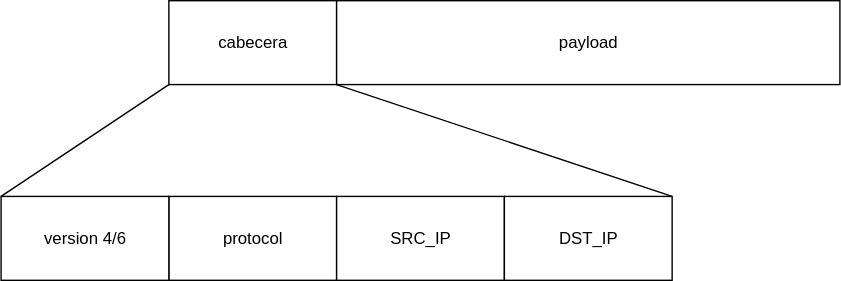
The draw.io diagram DAW/DPL/T01/Assets/Diagrams/Exported/Datagrama_IP.drawio.svg in FJrodafo/University, before a commit. Source tidied: cells renumbered, new cells last; positions are measured from the earlier drawing's top-left corner, leaving out a move shared by most shapes. The source it was exported from:
```xml
<mxGraphModel>
  <root>
    <mxCell id="0" />
    <mxCell id="1" parent="0" />
    <mxCell id="2" style="group;" parent="1" vertex="1">
      <mxGeometry width="600" height="200" as="geometry" />
    </mxCell>
    <mxCell id="3" style="edgeStyle=none;curved=1;rounded=0;jettySize=auto;html=1;exitX=1;exitY=1;exitDx=0;exitDy=0;fontSize=12;startSize=8;endSize=8;entryX=1;entryY=0;entryDx=0;entryDy=0;endArrow=none;endFill=0;" parent="2" edge="1" source="5" target="10">
      <mxGeometry relative="1" as="geometry" />
    </mxCell>
    <mxCell id="4" style="edgeStyle=none;curved=1;rounded=0;jettySize=auto;html=1;exitX=0;exitY=1;exitDx=0;exitDy=0;entryX=0;entryY=0;entryDx=0;entryDy=0;fontSize=12;startSize=8;endSize=8;endArrow=none;endFill=0;" parent="2" edge="1" source="5" target="8">
      <mxGeometry relative="1" as="geometry" />
    </mxCell>
    <mxCell id="5" value="cabecera" style="rounded=0;whiteSpace=wrap;html=1;" parent="2" vertex="1">
      <mxGeometry x="120" width="120" height="60" as="geometry" />
    </mxCell>
    <mxCell id="6" value="payload" style="rounded=0;whiteSpace=wrap;html=1;fontColor=light-dark(#000000,#FFFF00);" parent="2" vertex="1">
      <mxGeometry x="240" width="360" height="60" as="geometry" />
    </mxCell>
    <mxCell id="7" value="protocol" style="rounded=0;whiteSpace=wrap;html=1;fontColor=light-dark(#000000,#FF0000);" parent="2" vertex="1">
      <mxGeometry x="120" y="140" width="120" height="60" as="geometry" />
    </mxCell>
    <mxCell id="8" value="version 4/6" style="rounded=0;whiteSpace=wrap;html=1;fontColor=light-dark(#000000,#00FF00);" parent="2" vertex="1">
      <mxGeometry y="140" width="120" height="60" as="geometry" />
    </mxCell>
    <mxCell id="9" value="SRC_IP" style="rounded=0;whiteSpace=wrap;html=1;fontColor=light-dark(#000000,#00FFFF);" parent="2" vertex="1">
      <mxGeometry x="240" y="140" width="120" height="60" as="geometry" />
    </mxCell>
    <mxCell id="10" value="DST_IP" style="rounded=0;whiteSpace=wrap;html=1;fontColor=light-dark(#000000,#FF00FF);" parent="2" vertex="1">
      <mxGeometry x="360" y="140" width="120" height="60" as="geometry" />
    </mxCell>
  </root>
</mxGraphModel>
```
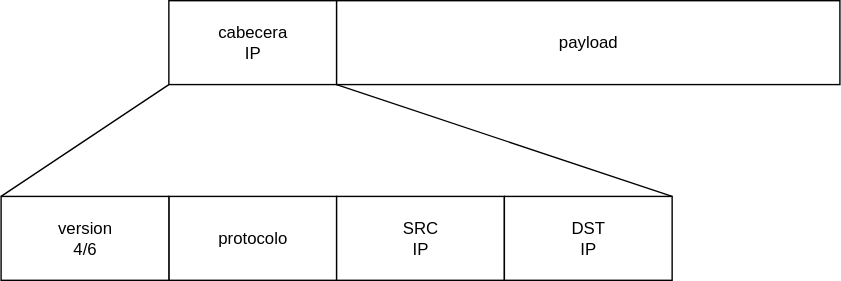
Later version of the same file.

Commit message:
Fix Datagrama IP from DAW/DPL/T01

Change to the diagram source:
```diff
@@ -11,22 +11,22 @@
     <mxCell id="4" style="edgeStyle=none;curved=1;rounded=0;jettySize=auto;html=1;exitX=0;exitY=1;exitDx=0;exitDy=0;entryX=0;entryY=0;entryDx=0;entryDy=0;fontSize=12;startSize=8;endSize=8;endArrow=none;endFill=0;" parent="2" edge="1" source="5" target="8">
       <mxGeometry relative="1" as="geometry" />
     </mxCell>
-    <mxCell id="5" value="cabecera" style="rounded=0;whiteSpace=wrap;html=1;" parent="2" vertex="1">
+    <mxCell id="5" value="&lt;div&gt;cabecera&lt;/div&gt;IP" style="rounded=0;whiteSpace=wrap;html=1;" parent="2" vertex="1">
       <mxGeometry x="120" width="120" height="60" as="geometry" />
     </mxCell>
     <mxCell id="6" value="payload" style="rounded=0;whiteSpace=wrap;html=1;fontColor=light-dark(#000000,#FFFF00);" parent="2" vertex="1">
       <mxGeometry x="240" width="360" height="60" as="geometry" />
     </mxCell>
-    <mxCell id="7" value="protocol" style="rounded=0;whiteSpace=wrap;html=1;fontColor=light-dark(#000000,#FF0000);" parent="2" vertex="1">
+    <mxCell id="7" value="protocolo" style="rounded=0;whiteSpace=wrap;html=1;fontColor=light-dark(#000000,#FF0000);" parent="2" vertex="1">
       <mxGeometry x="120" y="140" width="120" height="60" as="geometry" />
     </mxCell>
-    <mxCell id="8" value="version 4/6" style="rounded=0;whiteSpace=wrap;html=1;fontColor=light-dark(#000000,#00FF00);" parent="2" vertex="1">
+    <mxCell id="8" value="&lt;div&gt;version&lt;/div&gt;&lt;div&gt;4/6&lt;/div&gt;" style="rounded=0;whiteSpace=wrap;html=1;fontColor=light-dark(#000000,#00FF00);" parent="2" vertex="1">
       <mxGeometry y="140" width="120" height="60" as="geometry" />
     </mxCell>
-    <mxCell id="9" value="SRC_IP" style="rounded=0;whiteSpace=wrap;html=1;fontColor=light-dark(#000000,#00FFFF);" parent="2" vertex="1">
+    <mxCell id="9" value="&lt;div&gt;SRC&lt;/div&gt;&lt;div&gt;IP&lt;/div&gt;" style="rounded=0;whiteSpace=wrap;html=1;fontColor=light-dark(#000000,#00FFFF);" parent="2" vertex="1">
       <mxGeometry x="240" y="140" width="120" height="60" as="geometry" />
     </mxCell>
-    <mxCell id="10" value="DST_IP" style="rounded=0;whiteSpace=wrap;html=1;fontColor=light-dark(#000000,#FF00FF);" parent="2" vertex="1">
+    <mxCell id="10" value="&lt;div&gt;DST&lt;/div&gt;&lt;div&gt;IP&lt;/div&gt;" style="rounded=0;whiteSpace=wrap;html=1;fontColor=light-dark(#000000,#FF00FF);" parent="2" vertex="1">
       <mxGeometry x="360" y="140" width="120" height="60" as="geometry" />
     </mxCell>
   </root>
```
